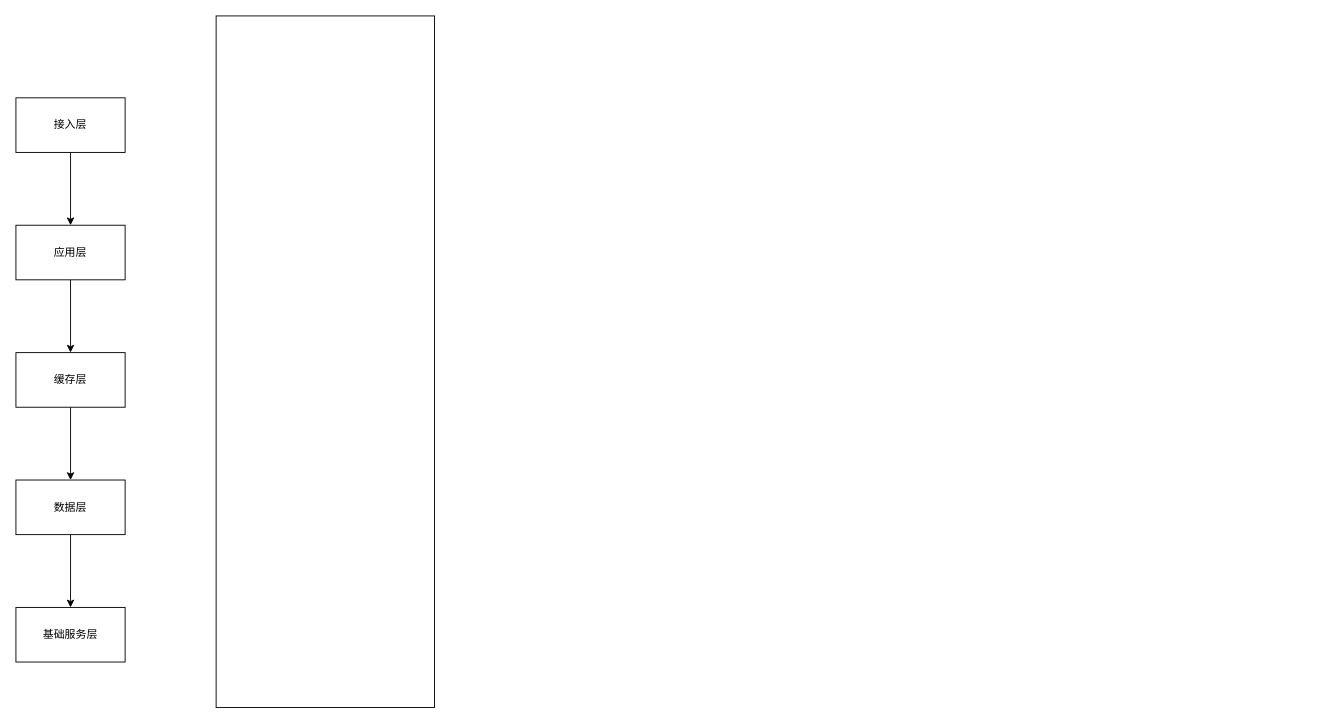
Above: 11-高并发高可用/0-1-高并发高可用.drawio in vic868/Deliberate (draw.io), before the change. Source tidied: cells renumbered, new cells numbered last; positions are measured from the earlier drawing's top-left corner, leaving out a move shared by most shapes. Both pictures are drawn from the tidied source at 91%, with x=0, y=0 at pixel (15, 15).
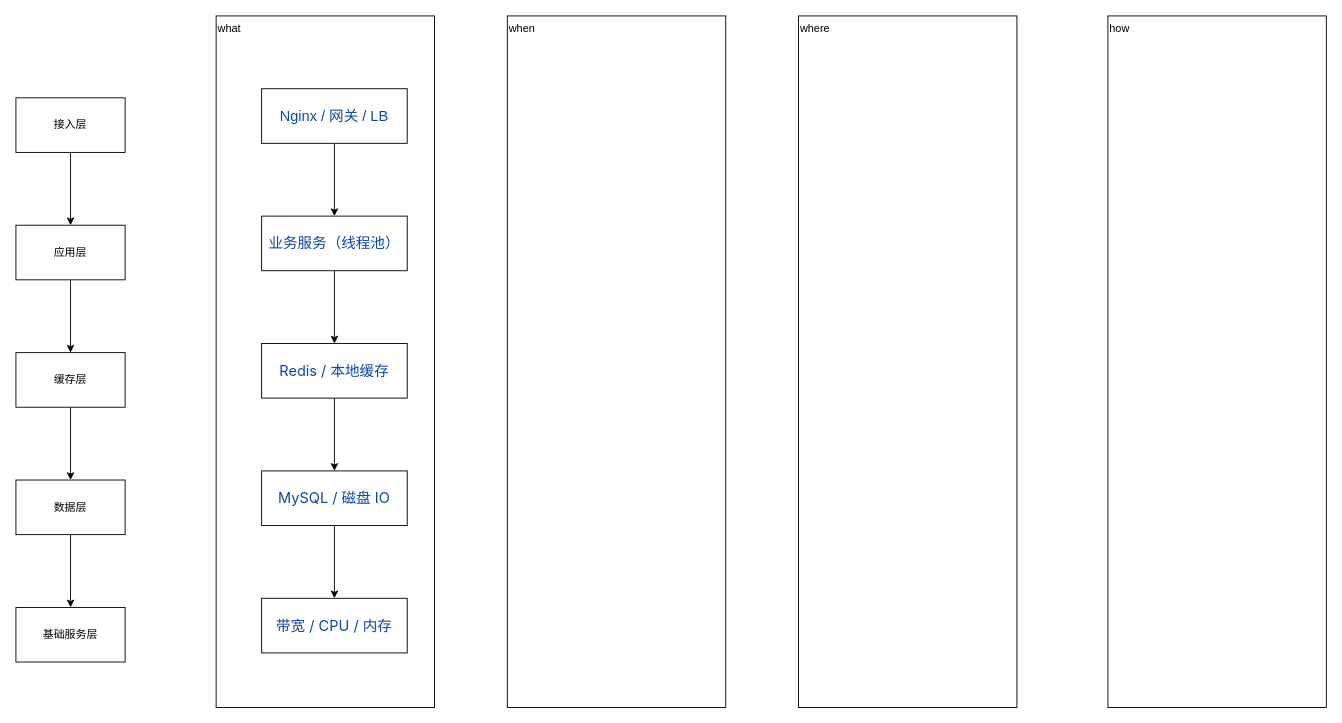
After the change.

Commit message (it also covers changes not shown here):
vault backup: 2026-10-14 09:36:28

Change to the diagram source:
```diff
@@
-    <mxCell id="11" style="rounded=0;whiteSpace=wrap;html=1;" parent="1" vertex="1">
+    <mxCell id="11" value="what" style="rounded=0;whiteSpace=wrap;html=1;align=left;verticalAlign=top;" parent="1" vertex="1">
       <mxGeometry x="220" width="240" height="760" as="geometry" />
     </mxCell>
+    <mxCell id="12" style="edgeStyle=orthogonalEdgeStyle;rounded=0;jettySize=auto;html=1;" parent="1" edge="1" source="13" target="15">
+      <mxGeometry relative="1" as="geometry" />
+    </mxCell>
+    <mxCell id="13" value="&lt;font color=&quot;#0d47a1&quot; face=&quot;??, ??, ui-sans-serif, -apple-system, system-ui, system-ui, Segoe UI, Google Sans Flex, Roboto, Inter Variable, Inter, Apple Color Emoji, Segoe UI Emoji, Segoe UI Symbol, sans-serif&quot;&gt;&lt;span style=&quot;font-size: 16px; caret-color: rgb(34, 34, 34); text-wrap-mode: nowrap;&quot;&gt;Nginx / 网关 / LB&lt;/span&gt;&lt;/font&gt;" style="rounded=0;whiteSpace=wrap;html=1;" parent="1" vertex="1">
+      <mxGeometry x="270" y="80" width="160" height="60" as="geometry" />
+    </mxCell>
+    <mxCell id="14" style="edgeStyle=orthogonalEdgeStyle;rounded=0;jettySize=auto;html=1;" parent="1" edge="1" source="15" target="17">
+      <mxGeometry relative="1" as="geometry" />
+    </mxCell>
+    <mxCell id="15" value="&lt;span style=&quot;color: rgb(13, 71, 161); font-family: &amp;quot;??&amp;quot;, &amp;quot;??&amp;quot;, ui-sans-serif, -apple-system, &amp;quot;system-ui&amp;quot;, system-ui, &amp;quot;Segoe UI&amp;quot;, &amp;quot;Google Sans Flex&amp;quot;, Roboto, &amp;quot;Inter Variable&amp;quot;, Inter, &amp;quot;Apple Color Emoji&amp;quot;, &amp;quot;Segoe UI Emoji&amp;quot;, &amp;quot;Segoe UI Symbol&amp;quot;, sans-serif; font-size: 16px; caret-color: rgb(34, 34, 34); white-space: nowrap; background-color: rgb(255, 255, 255);&quot;&gt;业务服务（线程池）&lt;/span&gt;" style="rounded=0;whiteSpace=wrap;html=1;" parent="1" vertex="1">
+      <mxGeometry x="270" y="220" width="160" height="60" as="geometry" />
+    </mxCell>
+    <mxCell id="16" style="edgeStyle=orthogonalEdgeStyle;rounded=0;jettySize=auto;html=1;" parent="1" edge="1" source="17" target="19">
+      <mxGeometry relative="1" as="geometry" />
+    </mxCell>
+    <mxCell id="17" value="&lt;span style=&quot;color: rgb(13, 71, 161); font-family: &amp;quot;??&amp;quot;, &amp;quot;??&amp;quot;, ui-sans-serif, -apple-system, &amp;quot;system-ui&amp;quot;, system-ui, &amp;quot;Segoe UI&amp;quot;, &amp;quot;Google Sans Flex&amp;quot;, Roboto, &amp;quot;Inter Variable&amp;quot;, Inter, &amp;quot;Apple Color Emoji&amp;quot;, &amp;quot;Segoe UI Emoji&amp;quot;, &amp;quot;Segoe UI Symbol&amp;quot;, sans-serif; font-size: 16px; caret-color: rgb(34, 34, 34); white-space: nowrap; background-color: rgb(255, 255, 255);&quot;&gt;Redis / 本地缓存&lt;/span&gt;" style="rounded=0;whiteSpace=wrap;html=1;" parent="1" vertex="1">
+      <mxGeometry x="270" y="360" width="160" height="60" as="geometry" />
+    </mxCell>
+    <mxCell id="18" style="edgeStyle=orthogonalEdgeStyle;rounded=0;jettySize=auto;html=1;" parent="1" edge="1" source="19" target="20">
+      <mxGeometry relative="1" as="geometry" />
+    </mxCell>
+    <mxCell id="19" value="&lt;span style=&quot;color: rgb(13, 71, 161); font-family: &amp;quot;??&amp;quot;, &amp;quot;??&amp;quot;, ui-sans-serif, -apple-system, &amp;quot;system-ui&amp;quot;, system-ui, &amp;quot;Segoe UI&amp;quot;, &amp;quot;Google Sans Flex&amp;quot;, Roboto, &amp;quot;Inter Variable&amp;quot;, Inter, &amp;quot;Apple Color Emoji&amp;quot;, &amp;quot;Segoe UI Emoji&amp;quot;, &amp;quot;Segoe UI Symbol&amp;quot;, sans-serif; font-size: 16px; caret-color: rgb(34, 34, 34); white-space: nowrap; background-color: rgb(255, 255, 255);&quot;&gt;MySQL / 磁盘 IO&lt;/span&gt;" style="rounded=0;whiteSpace=wrap;html=1;" parent="1" vertex="1">
+      <mxGeometry x="270" y="500" width="160" height="60" as="geometry" />
+    </mxCell>
+    <mxCell id="20" value="&lt;span style=&quot;color: rgb(13, 71, 161); font-family: &amp;quot;??&amp;quot;, &amp;quot;??&amp;quot;, ui-sans-serif, -apple-system, &amp;quot;system-ui&amp;quot;, system-ui, &amp;quot;Segoe UI&amp;quot;, &amp;quot;Google Sans Flex&amp;quot;, Roboto, &amp;quot;Inter Variable&amp;quot;, Inter, &amp;quot;Apple Color Emoji&amp;quot;, &amp;quot;Segoe UI Emoji&amp;quot;, &amp;quot;Segoe UI Symbol&amp;quot;, sans-serif; font-size: 16px; caret-color: rgb(34, 34, 34); white-space: nowrap; background-color: rgb(255, 255, 255);&quot;&gt;带宽 / CPU / 内存&lt;/span&gt;" style="rounded=0;whiteSpace=wrap;html=1;" parent="1" vertex="1">
+      <mxGeometry x="270" y="640" width="160" height="60" as="geometry" />
+    </mxCell>
+    <mxCell id="21" value="when" style="rounded=0;whiteSpace=wrap;html=1;align=left;verticalAlign=top;" parent="1" vertex="1">
+      <mxGeometry x="540" width="240" height="760" as="geometry" />
+    </mxCell>
+    <mxCell id="22" value="where" style="rounded=0;whiteSpace=wrap;html=1;align=left;verticalAlign=top;" parent="1" vertex="1">
+      <mxGeometry x="860" width="240" height="760" as="geometry" />
+    </mxCell>
+    <mxCell id="23" value="how" style="rounded=0;whiteSpace=wrap;html=1;align=left;verticalAlign=top;" parent="1" vertex="1">
+      <mxGeometry x="1200" width="240" height="760" as="geometry" />
+    </mxCell>
```
